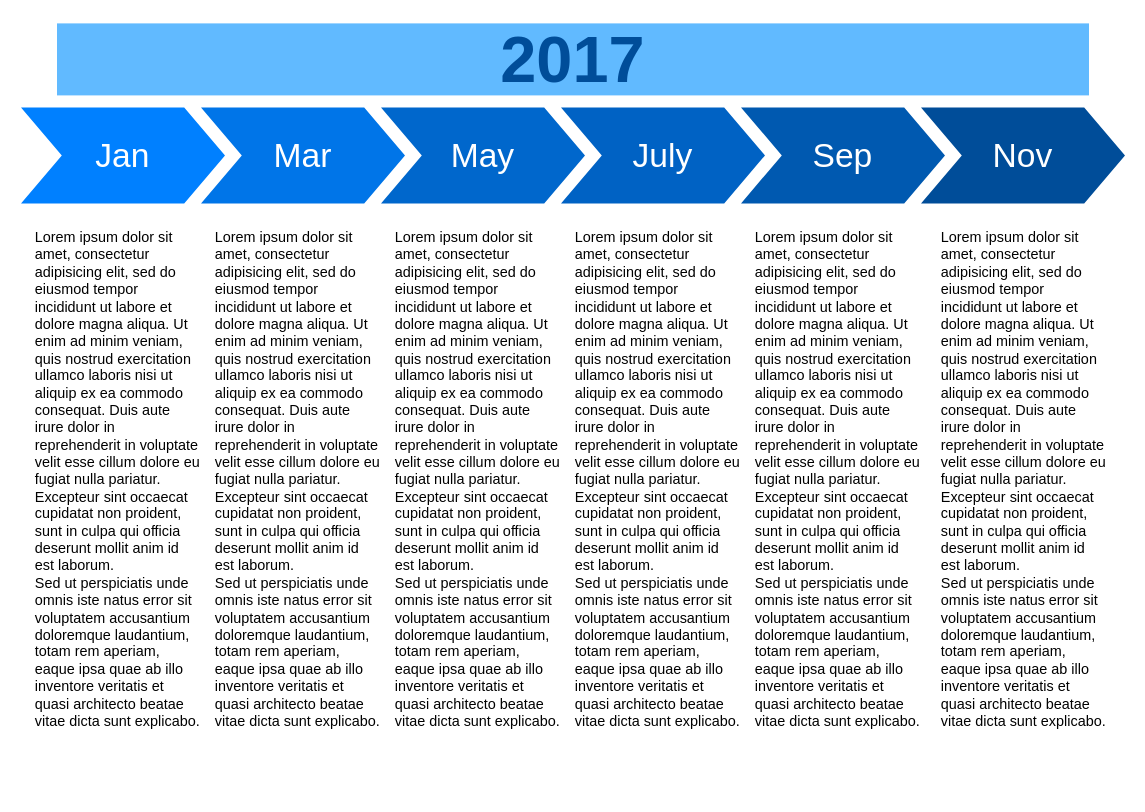
Earlier version of the draw.io diagram dir2/Untitled Diagram.drawio (liangrui1988/diagrams). Source tidied: cells renumbered, new cells numbered last; positions are measured from the earlier drawing's top-left corner, leaving out a move shared by most shapes. Both pictures are drawn from the tidied source at 120%, with x=0, y=0 at pixel (20, 23).
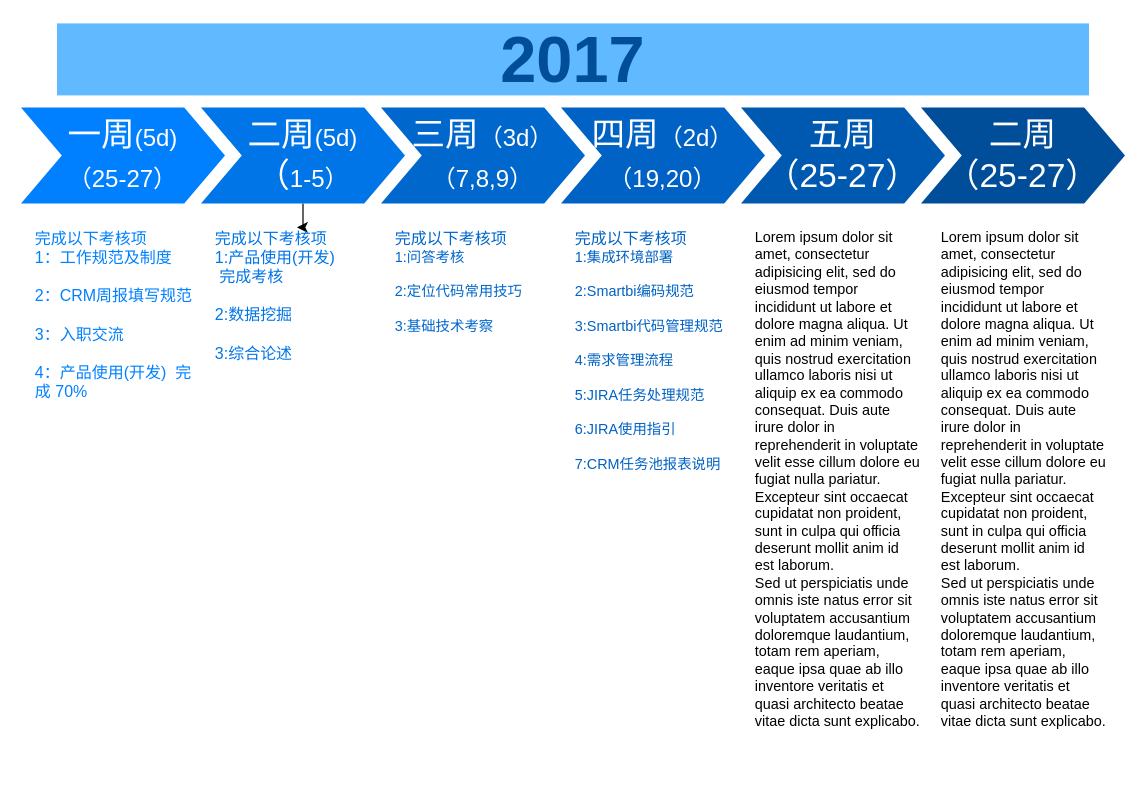
Above is the later version.

Diff of the diagram source:
```diff
@@
 <mxGraphModel background="#ffffff">
   <root>
     <mxCell id="0" />
     <mxCell id="1" parent="0" />
-    <mxCell id="2" value="Jan" style="shape=step;whiteSpace=wrap;html=1;fontSize=28;fillColor=#0080FF;fontColor=#FFFFFF;strokeColor=none;" parent="1" vertex="1">
+    <mxCell id="2" value="一周&lt;font style=&quot;font-size: 20px&quot;&gt;(5d)&lt;/font&gt;&lt;br&gt;&lt;font style=&quot;font-size: 20px&quot;&gt;（25-27）&lt;/font&gt;" style="shape=step;whiteSpace=wrap;html=1;fontSize=28;fontColor=#FFFFFF;strokeColor=none;fillColor=#0080FF;" parent="1" vertex="1">
       <mxGeometry y="70" width="170" height="80" as="geometry" />
     </mxCell>
+    <mxCell id="15" style="edgeStyle=orthogonalEdgeStyle;rounded=0;jettySize=auto;html=1;" parent="1" edge="1" source="3" target="10">
+      <mxGeometry relative="1" as="geometry" />
+    </mxCell>
-    <mxCell id="3" value="Mar" style="shape=step;whiteSpace=wrap;html=1;fontSize=28;fillColor=#0075E8;fontColor=#FFFFFF;strokeColor=none;" parent="1" vertex="1">
+    <mxCell id="3" value="二周&lt;font style=&quot;font-size: 20px&quot;&gt;(5d)&lt;/font&gt;&lt;br&gt;（&lt;font style=&quot;font-size: 20px&quot;&gt;1-5）&lt;/font&gt;" style="shape=step;whiteSpace=wrap;html=1;fontSize=28;fontColor=#FFFFFF;strokeColor=none;fillColor=#0075E8;" parent="1" vertex="1">
       <mxGeometry x="150" y="70" width="170" height="80" as="geometry" />
     </mxCell>
-    <mxCell id="4" value="May" style="shape=step;whiteSpace=wrap;html=1;fontSize=28;fillColor=#0067CC;fontColor=#FFFFFF;strokeColor=none;" parent="1" vertex="1">
+    <mxCell id="4" value="&lt;font style=&quot;font-size: 28px&quot;&gt;三周&lt;/font&gt;&lt;font style=&quot;font-size: 20px&quot;&gt;（3d）&lt;br&gt;（7,8,9）&lt;/font&gt;" style="shape=step;whiteSpace=wrap;html=1;fontSize=28;fontColor=#FFFFFF;strokeColor=none;fillColor=#0067CC;" parent="1" vertex="1">
       <mxGeometry x="300" y="70" width="170" height="80" as="geometry" />
     </mxCell>
-    <mxCell id="5" value="July" style="shape=step;whiteSpace=wrap;html=1;fontSize=28;fillColor=#0062C4;fontColor=#FFFFFF;strokeColor=none;" parent="1" vertex="1">
+    <mxCell id="5" value="四周&lt;font style=&quot;font-size: 20px&quot;&gt;（2d）&lt;br&gt;（19,20）&lt;/font&gt;" style="shape=step;whiteSpace=wrap;html=1;fontSize=28;fontColor=#FFFFFF;strokeColor=none;fillColor=#0062C4;" parent="1" vertex="1">
       <mxGeometry x="450" y="70" width="170" height="80" as="geometry" />
     </mxCell>
-    <mxCell id="6" value="Sep" style="shape=step;whiteSpace=wrap;html=1;fontSize=28;fillColor=#0059B0;fontColor=#FFFFFF;strokeColor=none;" parent="1" vertex="1">
+    <mxCell id="6" value="五周&lt;br&gt;（25-27）" style="shape=step;whiteSpace=wrap;html=1;fontSize=28;fillColor=#0059B0;fontColor=#FFFFFF;strokeColor=none;" parent="1" vertex="1">
       <mxGeometry x="600" y="70" width="170" height="80" as="geometry" />
     </mxCell>
-    <mxCell id="7" value="Nov" style="shape=step;whiteSpace=wrap;html=1;fontSize=28;fillColor=#004D99;fontColor=#FFFFFF;strokeColor=none;" parent="1" vertex="1">
+    <mxCell id="7" value="二周&lt;br&gt;（25-27）" style="shape=step;whiteSpace=wrap;html=1;fontSize=28;fillColor=#004D99;fontColor=#FFFFFF;strokeColor=none;" parent="1" vertex="1">
       <mxGeometry x="750" y="70" width="170" height="80" as="geometry" />
     </mxCell>
     <mxCell id="8" value="2017" style="text;html=1;strokeColor=none;fillColor=#61BAFF;align=center;verticalAlign=middle;whiteSpace=wrap;fontSize=54;fontStyle=1;fontColor=#004D99;" parent="1" vertex="1">
       <mxGeometry x="30" width="860" height="60" as="geometry" />
     </mxCell>
-    <mxCell id="9" value="Lorem ipsum dolor sit amet, consectetur adipisicing elit, sed do eiusmod tempor incididunt ut labore et dolore magna aliqua. Ut enim ad minim veniam, quis nostrud exercitation ullamco laboris nisi ut aliquip ex ea commodo consequat. Duis aute irure dolor in reprehenderit in voluptate velit esse cillum dolore eu fugiat nulla pariatur. Excepteur sint occaecat cupidatat non proident, sunt in culpa qui officia deserunt mollit anim id est laborum.&lt;br&gt;Sed ut perspiciatis unde omnis iste natus error sit voluptatem accusantium doloremque laudantium, totam rem aperiam, eaque ipsa quae ab illo inventore veritatis et quasi architecto beatae vitae dicta sunt explicabo." style="text;spacingTop=-5;fillColor=#ffffff;whiteSpace=wrap;html=1;align=left;fontSize=12;fontFamily=Helvetica;fillColor=none;strokeColor=none;" parent="1" vertex="1">
+    <mxCell id="9" value="&lt;div&gt;&lt;font color=&quot;#0080ff&quot;&gt;&lt;span style=&quot;font-size: 13.3333px&quot;&gt;完成以下考核项&lt;/span&gt;&lt;span style=&quot;font-size: 13.3333px&quot;&gt;&lt;br&gt;&lt;/span&gt;&lt;/font&gt;&lt;/div&gt;&lt;div&gt;&lt;span style=&quot;font-size: 13.3333px&quot;&gt;&lt;font color=&quot;#0080ff&quot;&gt;1：工作规范及制度&lt;/font&gt;&lt;/span&gt;&lt;/div&gt;&lt;div&gt;&lt;span style=&quot;font-size: 13.3333px&quot;&gt;&lt;font color=&quot;#0080ff&quot;&gt;&lt;br&gt;&lt;/font&gt;&lt;/span&gt;&lt;/div&gt;&lt;div&gt;&lt;span style=&quot;font-size: 13.3333px&quot;&gt;&lt;font color=&quot;#0080ff&quot;&gt;2：CRM周报填写规范&lt;/font&gt;&lt;/span&gt;&lt;/div&gt;&lt;div&gt;&lt;span style=&quot;font-size: 13.3333px&quot;&gt;&lt;font color=&quot;#0080ff&quot;&gt;&lt;br&gt;&lt;/font&gt;&lt;/span&gt;&lt;/div&gt;&lt;div&gt;&lt;span style=&quot;font-size: 13.3333px&quot;&gt;&lt;font color=&quot;#0080ff&quot;&gt;3：入职交流&lt;/font&gt;&lt;/span&gt;&lt;/div&gt;&lt;div&gt;&lt;span style=&quot;font-size: 13.3333px&quot;&gt;&lt;font color=&quot;#0080ff&quot;&gt;&lt;br&gt;&lt;/font&gt;&lt;/span&gt;&lt;/div&gt;&lt;div&gt;&lt;span style=&quot;font-size: 13.3333px&quot;&gt;&lt;font color=&quot;#0080ff&quot;&gt;4：产品使用(开发)&amp;nbsp; 完成 70%&lt;/font&gt;&lt;/span&gt;&lt;/div&gt;" style="text;spacingTop=-5;fillColor=#ffffff;whiteSpace=wrap;html=1;align=left;fontSize=12;fontFamily=Helvetica;fillColor=none;strokeColor=none;" parent="1" vertex="1">
       <mxGeometry x="10" y="170" width="140" height="470" as="geometry" />
     </mxCell>
-    <mxCell id="10" value="Lorem ipsum dolor sit amet, consectetur adipisicing elit, sed do eiusmod tempor incididunt ut labore et dolore magna aliqua. Ut enim ad minim veniam, quis nostrud exercitation ullamco laboris nisi ut aliquip ex ea commodo consequat. Duis aute irure dolor in reprehenderit in voluptate velit esse cillum dolore eu fugiat nulla pariatur. Excepteur sint occaecat cupidatat non proident, sunt in culpa qui officia deserunt mollit anim id est laborum.&lt;br&gt;Sed ut perspiciatis unde omnis iste natus error sit voluptatem accusantium doloremque laudantium, totam rem aperiam, eaque ipsa quae ab illo inventore veritatis et quasi architecto beatae vitae dicta sunt explicabo." style="text;spacingTop=-5;fillColor=#ffffff;whiteSpace=wrap;html=1;align=left;fontSize=12;fontFamily=Helvetica;fillColor=none;strokeColor=none;" parent="1" vertex="1">
+    <mxCell id="10" value="&lt;div&gt;&lt;span style=&quot;font-size: 13.3333px&quot;&gt;&lt;font color=&quot;#0075e8&quot;&gt;完成以下考核项&lt;/font&gt;&lt;/span&gt;&lt;/div&gt;&lt;div&gt;&lt;span style=&quot;font-size: 13.3333px&quot;&gt;&lt;font color=&quot;#0075e8&quot;&gt;1:产品使用(开发)&amp;nbsp; &amp;nbsp; &amp;nbsp; &amp;nbsp;完成考核&lt;/font&gt;&lt;/span&gt;&lt;/div&gt;&lt;div&gt;&lt;span style=&quot;font-size: 13.3333px&quot;&gt;&lt;font color=&quot;#0075e8&quot;&gt;&lt;br&gt;&lt;/font&gt;&lt;/span&gt;&lt;/div&gt;&lt;div&gt;&lt;span style=&quot;font-size: 13.3333px&quot;&gt;&lt;font color=&quot;#0075e8&quot;&gt;2:数据挖掘&lt;/font&gt;&lt;/span&gt;&lt;/div&gt;&lt;div&gt;&lt;span style=&quot;font-size: 13.3333px&quot;&gt;&lt;font color=&quot;#0075e8&quot;&gt;&lt;br&gt;&lt;/font&gt;&lt;/span&gt;&lt;/div&gt;&lt;div&gt;&lt;span style=&quot;font-size: 13.3333px&quot;&gt;&lt;font color=&quot;#0075e8&quot;&gt;3:综合论述&lt;/font&gt;&lt;/span&gt;&lt;/div&gt;&lt;div&gt;&lt;br&gt;&lt;/div&gt;" style="text;spacingTop=-5;fillColor=#ffffff;whiteSpace=wrap;html=1;align=left;fontSize=12;fontFamily=Helvetica;fillColor=none;strokeColor=none;" parent="1" vertex="1">
       <mxGeometry x="160" y="170" width="140" height="470" as="geometry" />
     </mxCell>
-    <mxCell id="11" value="Lorem ipsum dolor sit amet, consectetur adipisicing elit, sed do eiusmod tempor incididunt ut labore et dolore magna aliqua. Ut enim ad minim veniam, quis nostrud exercitation ullamco laboris nisi ut aliquip ex ea commodo consequat. Duis aute irure dolor in reprehenderit in voluptate velit esse cillum dolore eu fugiat nulla pariatur. Excepteur sint occaecat cupidatat non proident, sunt in culpa qui officia deserunt mollit anim id est laborum.&lt;br&gt;Sed ut perspiciatis unde omnis iste natus error sit voluptatem accusantium doloremque laudantium, totam rem aperiam, eaque ipsa quae ab illo inventore veritatis et quasi architecto beatae vitae dicta sunt explicabo." style="text;spacingTop=-5;fillColor=#ffffff;whiteSpace=wrap;html=1;align=left;fontSize=12;fontFamily=Helvetica;fillColor=none;strokeColor=none;" parent="1" vertex="1">
+    <mxCell id="11" value="&lt;div&gt;&lt;font color=&quot;#0067cc&quot;&gt;&lt;span style=&quot;font-size: 13.3333px&quot;&gt;完成以下考核项&lt;/span&gt;&lt;br&gt;&lt;/font&gt;&lt;/div&gt;&lt;div&gt;&lt;font color=&quot;#0067cc&quot;&gt;1:问答考核&lt;/font&gt;&lt;/div&gt;&lt;div&gt;&lt;font color=&quot;#0067cc&quot;&gt;&lt;br&gt;&lt;/font&gt;&lt;/div&gt;&lt;div&gt;&lt;font color=&quot;#0067cc&quot;&gt;2:定位代码常用技巧&lt;/font&gt;&lt;/div&gt;&lt;div&gt;&lt;font color=&quot;#0067cc&quot;&gt;&lt;br&gt;&lt;/font&gt;&lt;/div&gt;&lt;div&gt;&lt;font color=&quot;#0067cc&quot;&gt;3:基础技术考察&lt;/font&gt;&lt;/div&gt;" style="text;spacingTop=-5;fillColor=#ffffff;whiteSpace=wrap;html=1;align=left;fontSize=12;fontFamily=Helvetica;fillColor=none;strokeColor=none;" parent="1" vertex="1">
       <mxGeometry x="310" y="170" width="140" height="470" as="geometry" />
     </mxCell>
-    <mxCell id="12" value="Lorem ipsum dolor sit amet, consectetur adipisicing elit, sed do eiusmod tempor incididunt ut labore et dolore magna aliqua. Ut enim ad minim veniam, quis nostrud exercitation ullamco laboris nisi ut aliquip ex ea commodo consequat. Duis aute irure dolor in reprehenderit in voluptate velit esse cillum dolore eu fugiat nulla pariatur. Excepteur sint occaecat cupidatat non proident, sunt in culpa qui officia deserunt mollit anim id est laborum.&lt;br&gt;Sed ut perspiciatis unde omnis iste natus error sit voluptatem accusantium doloremque laudantium, totam rem aperiam, eaque ipsa quae ab illo inventore veritatis et quasi architecto beatae vitae dicta sunt explicabo." style="text;spacingTop=-5;fillColor=#ffffff;whiteSpace=wrap;html=1;align=left;fontSize=12;fontFamily=Helvetica;fillColor=none;strokeColor=none;" parent="1" vertex="1">
+    <mxCell id="12" value="&lt;div&gt;&lt;div&gt;&lt;font color=&quot;#0062c4&quot;&gt;&lt;span style=&quot;font-size: 13.3333px&quot;&gt;完成以下考核项&lt;/span&gt;&lt;br&gt;&lt;/font&gt;&lt;/div&gt;&lt;div&gt;&lt;font color=&quot;#0062c4&quot;&gt;1:集成环境部署&lt;span&gt; &lt;/span&gt;&amp;nbsp; &amp;nbsp;&lt;span&gt;     &lt;/span&gt;&lt;/font&gt;&lt;/div&gt;&lt;div&gt;&lt;font color=&quot;#0062c4&quot;&gt;&lt;br&gt;&lt;/font&gt;&lt;/div&gt;&lt;div&gt;&lt;font color=&quot;#0062c4&quot;&gt;2:Smartbi编码规范&lt;span&gt;      &lt;/span&gt;&lt;/font&gt;&lt;/div&gt;&lt;div&gt;&lt;font color=&quot;#0062c4&quot;&gt;&lt;br&gt;&lt;/font&gt;&lt;/div&gt;&lt;div&gt;&lt;font color=&quot;#0062c4&quot;&gt;3:Smartbi代码管理规范&lt;/font&gt;&lt;/div&gt;&lt;div&gt;&lt;font color=&quot;#0062c4&quot;&gt;&lt;span&gt;     &lt;/span&gt;&lt;/font&gt;&lt;/div&gt;&lt;div&gt;&lt;font color=&quot;#0062c4&quot;&gt;&lt;br&gt;&lt;/font&gt;&lt;/div&gt;&lt;div&gt;&lt;font color=&quot;#0062c4&quot;&gt;4:需求管理流程&lt;/font&gt;&lt;/div&gt;&lt;div&gt;&lt;font color=&quot;#0062c4&quot;&gt;&lt;br&gt;&lt;/font&gt;&lt;/div&gt;&lt;div&gt;&lt;font color=&quot;#0062c4&quot;&gt;5:JIRA任务处理规范&lt;/font&gt;&lt;/div&gt;&lt;div&gt;&lt;font color=&quot;#0062c4&quot;&gt;&lt;br&gt;&lt;/font&gt;&lt;/div&gt;&lt;div&gt;&lt;font color=&quot;#0062c4&quot;&gt;6:JIRA使用指引&lt;/font&gt;&lt;/div&gt;&lt;div&gt;&lt;font color=&quot;#0062c4&quot;&gt;&lt;br&gt;&lt;/font&gt;&lt;/div&gt;&lt;div&gt;&lt;font color=&quot;#0062c4&quot;&gt;7:CRM任务池报表说明&lt;/font&gt;&lt;/div&gt;&lt;/div&gt;&lt;div&gt;&lt;br&gt;&lt;/div&gt;" style="text;spacingTop=-5;fillColor=#ffffff;whiteSpace=wrap;html=1;align=left;fontSize=12;fontFamily=Helvetica;fillColor=none;strokeColor=none;" parent="1" vertex="1">
       <mxGeometry x="460" y="170" width="140" height="470" as="geometry" />
     </mxCell>
     <mxCell id="13" value="Lorem ipsum dolor sit amet, consectetur adipisicing elit, sed do eiusmod tempor incididunt ut labore et dolore magna aliqua. Ut enim ad minim veniam, quis nostrud exercitation ullamco laboris nisi ut aliquip ex ea commodo consequat. Duis aute irure dolor in reprehenderit in voluptate velit esse cillum dolore eu fugiat nulla pariatur. Excepteur sint occaecat cupidatat non proident, sunt in culpa qui officia deserunt mollit anim id est laborum.&lt;br&gt;Sed ut perspiciatis unde omnis iste natus error sit voluptatem accusantium doloremque laudantium, totam rem aperiam, eaque ipsa quae ab illo inventore veritatis et quasi architecto beatae vitae dicta sunt explicabo." style="text;spacingTop=-5;fillColor=#ffffff;whiteSpace=wrap;html=1;align=left;fontSize=12;fontFamily=Helvetica;fillColor=none;strokeColor=none;" parent="1" vertex="1">
       <mxGeometry x="610" y="170" width="140" height="470" as="geometry" />
     </mxCell>
     <mxCell id="14" value="Lorem ipsum dolor sit amet, consectetur adipisicing elit, sed do eiusmod tempor incididunt ut labore et dolore magna aliqua. Ut enim ad minim veniam, quis nostrud exercitation ullamco laboris nisi ut aliquip ex ea commodo consequat. Duis aute irure dolor in reprehenderit in voluptate velit esse cillum dolore eu fugiat nulla pariatur. Excepteur sint occaecat cupidatat non proident, sunt in culpa qui officia deserunt mollit anim id est laborum.&lt;br&gt;Sed ut perspiciatis unde omnis iste natus error sit voluptatem accusantium doloremque laudantium, totam rem aperiam, eaque ipsa quae ab illo inventore veritatis et quasi architecto beatae vitae dicta sunt explicabo." style="text;spacingTop=-5;fillColor=#ffffff;whiteSpace=wrap;html=1;align=left;fontSize=12;fontFamily=Helvetica;fillColor=none;strokeColor=none;" parent="1" vertex="1">
       <mxGeometry x="765" y="170" width="140" height="470" as="geometry" />
     </mxCell>
   </root>
 </mxGraphModel>
```
